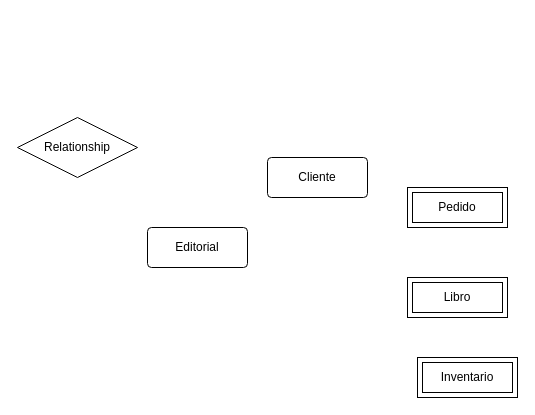
Earlier version of the draw.io diagram db/modelo.drawio (Sergio-Tolaba/ds_ej). Source tidied: cells renumbered, new cells numbered last; positions are measured from the earlier drawing's top-left corner, leaving out a move shared by most shapes. Both pictures are drawn from the tidied source at 100%, with x=0, y=0 at pixel (17, 117).
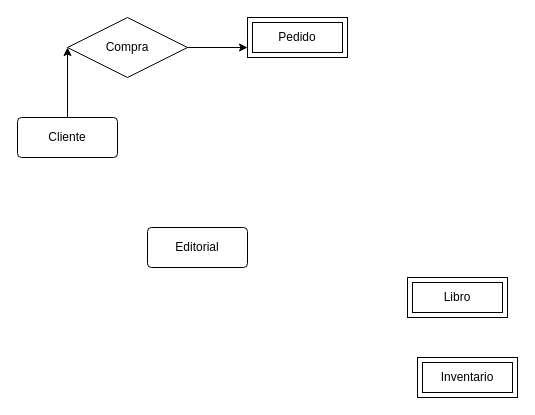
The same page after the edit.

The edit, as a diff of the source:
```diff
@@
 <mxGraphModel>
   <root>
     <mxCell id="0" />
     <mxCell id="1" parent="0" />
+    <mxCell id="8" style="edgeStyle=orthogonalEdgeStyle;rounded=0;jettySize=auto;html=1;exitX=0.5;exitY=0;exitDx=0;exitDy=0;" parent="1" edge="1" source="2">
+      <mxGeometry relative="1" as="geometry">
+        <mxPoint x="50" y="-70" as="targetPoint" />
+      </mxGeometry>
+    </mxCell>
     <mxCell id="2" value="Cliente" style="rounded=1;arcSize=10;whiteSpace=wrap;html=1;align=center;" parent="1" vertex="1">
-      <mxGeometry x="250" y="40" width="100" height="40" as="geometry" />
+      <mxGeometry width="100" height="40" as="geometry" />
     </mxCell>
     <mxCell id="3" value="Editorial" style="rounded=1;arcSize=10;whiteSpace=wrap;html=1;align=center;" parent="1" vertex="1">
       <mxGeometry x="130" y="110" width="100" height="40" as="geometry" />
     </mxCell>
     <mxCell id="4" value="Pedido" style="shape=ext;margin=3;double=1;whiteSpace=wrap;html=1;align=center;" parent="1" vertex="1">
-      <mxGeometry x="390" y="70" width="100" height="40" as="geometry" />
+      <mxGeometry x="230" y="-100" width="100" height="40" as="geometry" />
     </mxCell>
     <mxCell id="5" value="Libro" style="shape=ext;margin=3;double=1;whiteSpace=wrap;html=1;align=center;" parent="1" vertex="1">
       <mxGeometry x="390" y="160" width="100" height="40" as="geometry" />
     </mxCell>
     <mxCell id="6" value="Inventario" style="shape=ext;margin=3;double=1;whiteSpace=wrap;html=1;align=center;" parent="1" vertex="1">
       <mxGeometry x="400" y="240" width="100" height="40" as="geometry" />
     </mxCell>
+    <mxCell id="9" style="edgeStyle=orthogonalEdgeStyle;rounded=0;jettySize=auto;html=1;entryX=0;entryY=0.75;entryDx=0;entryDy=0;" parent="1" edge="1" source="7" target="4">
+      <mxGeometry relative="1" as="geometry" />
+    </mxCell>
-    <mxCell id="7" value="Relationship" style="shape=rhombus;perimeter=rhombusPerimeter;whiteSpace=wrap;html=1;align=center;" parent="1" vertex="1">
-      <mxGeometry width="120" height="60" as="geometry" />
+    <mxCell id="7" value="Compra" style="shape=rhombus;perimeter=rhombusPerimeter;whiteSpace=wrap;html=1;align=center;" parent="1" vertex="1">
+      <mxGeometry x="50" y="-100" width="120" height="60" as="geometry" />
     </mxCell>
   </root>
 </mxGraphModel>
```
